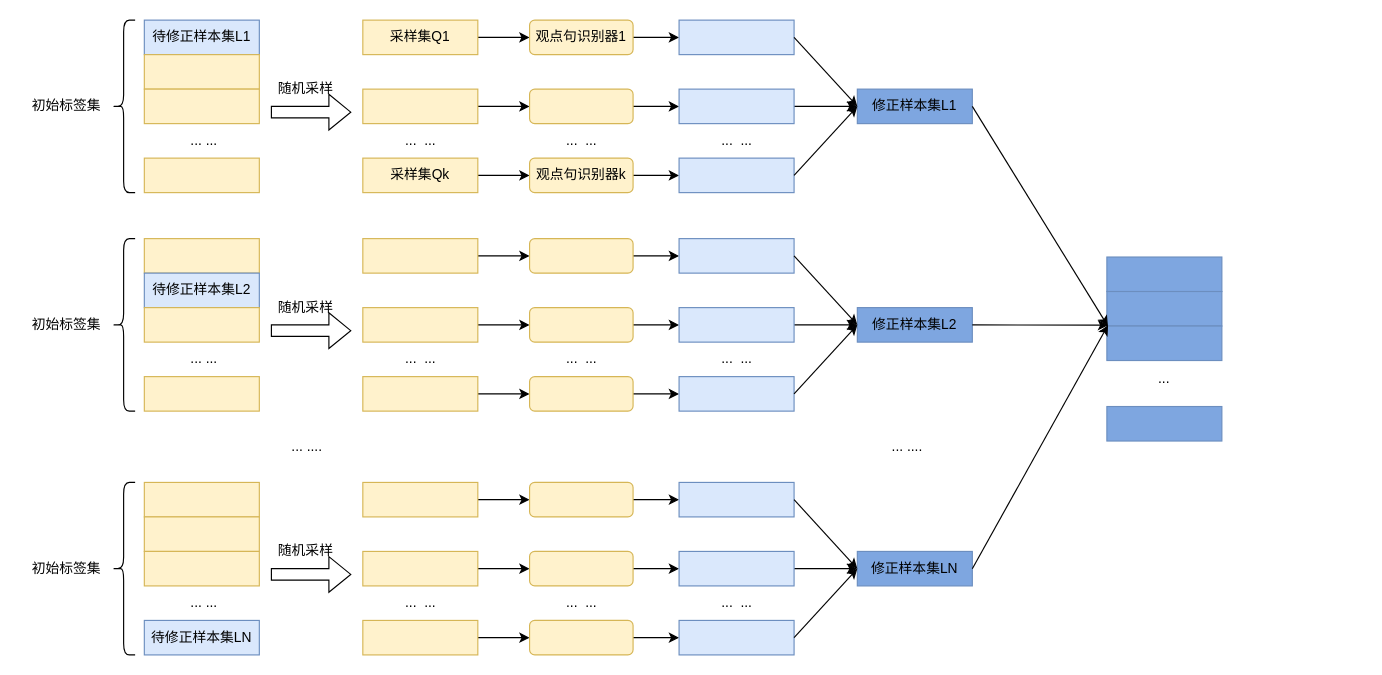
The draw.io diagram 标签修正.drawio in HusniFadhilah/Python-learning, before the edit. Source tidied: cells renumbered, new cells numbered last; positions are measured from the earlier drawing's top-left corner, leaving out a move shared by most shapes. Both pictures are drawn from the tidied source at 115%, with x=0, y=0 at pixel (20, 20).
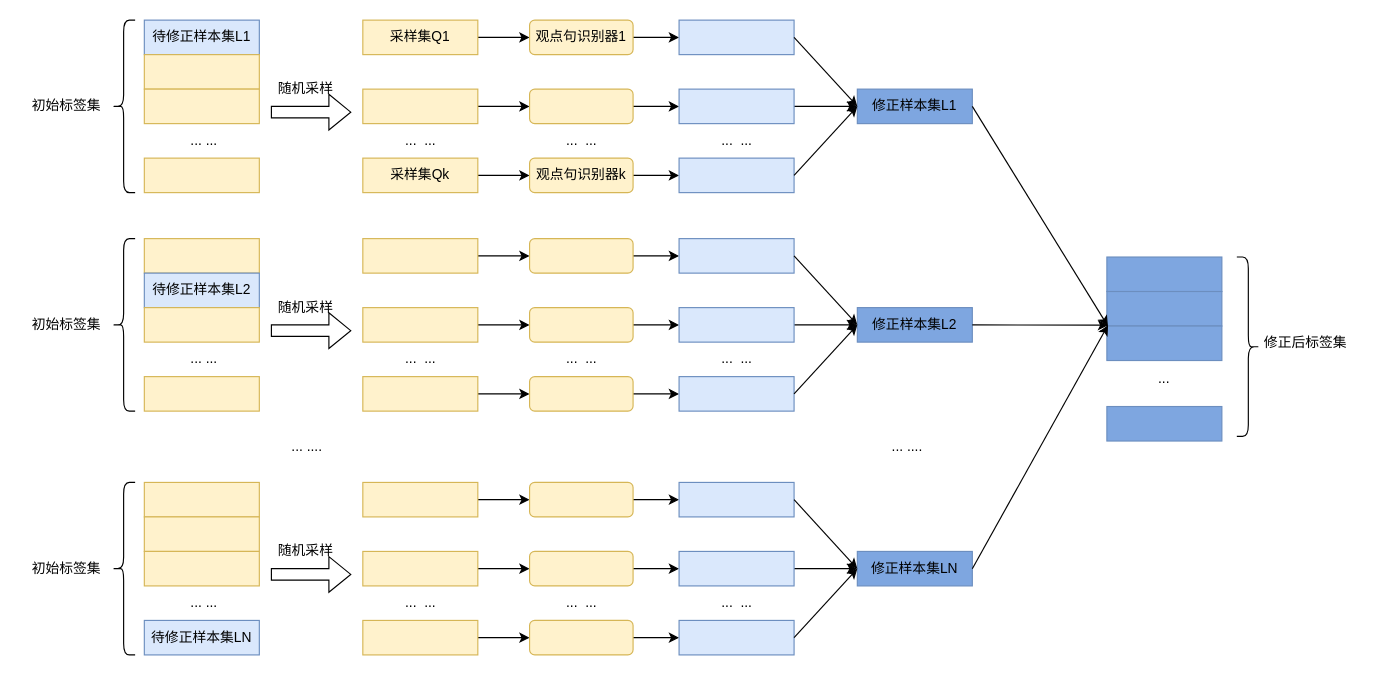
Above is the later version.

Commit message:
更新标签修正.drawio

The edit, as a diff of the source:
```diff
@@
+    <mxCell id="105" style="shape=curlyBracket;whiteSpace=wrap;html=1;rounded=1;labelPosition=left;verticalLabelPosition=middle;align=right;verticalAlign=middle;fillColor=#7EA6E0;rotation=-180;" parent="1" vertex="1">
+      <mxGeometry x="1058" y="206" width="20" height="156" as="geometry" />
+    </mxCell>
+    <mxCell id="106" value="修正后标签集" style="text;align=center;verticalAlign=middle;strokeColor=none;fillColor=none;" parent="1" vertex="1">
+      <mxGeometry x="1068" y="265" width="100" height="30" as="geometry" />
+    </mxCell>
```
